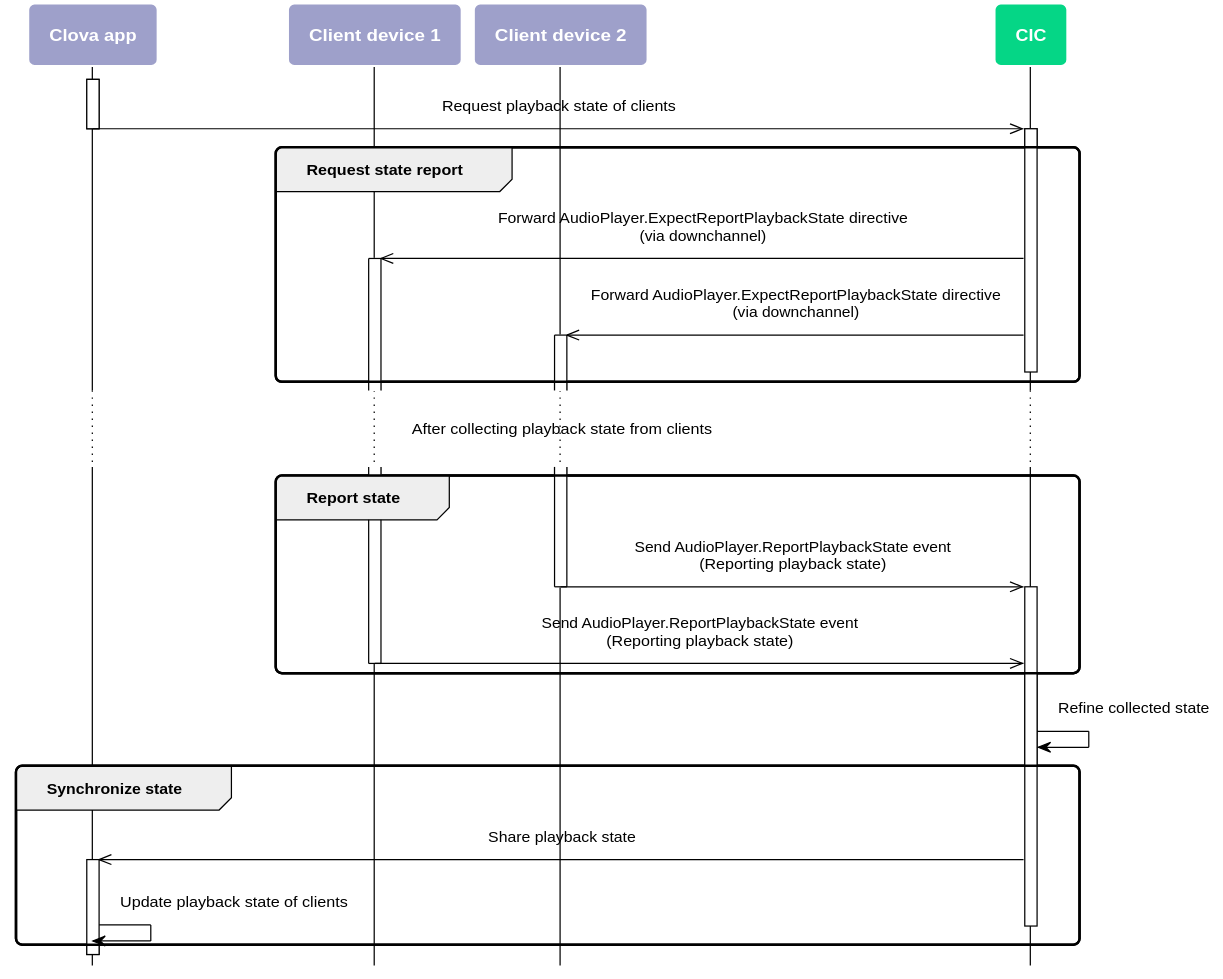
The PlantUML diagram ja-JP/Develop/Assets/Images/CIC_Playback_State_Sync_Work_Flow.svg in muchokwon/clova-client-developer-guide, before a commit.
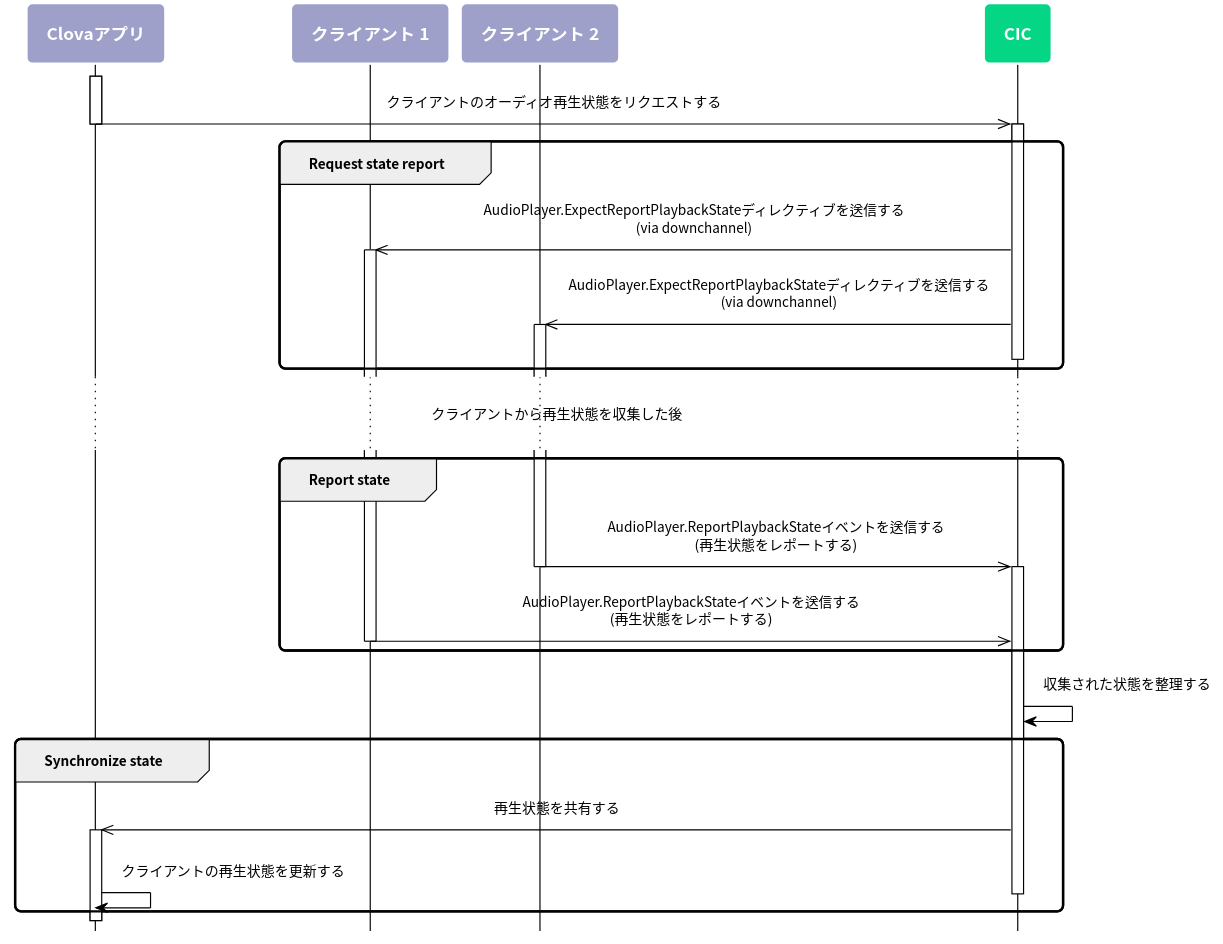
Later version of the same file.

What changed in the source:
```diff
@@ -5,7 +5,7 @@
 skinparam roundcorner 10
 skinparam padding 10
 skinparam defaultFontSize 12
-skinparam defaultFontName "Malgun Gothic", sans-serif
+skinparam defaultFontName "Noto Sans CJK KR"
 
 skinparam note {
   BackgroundColor #9EA0CA
@@ -49,50 +49,50 @@
   FontStyle bold
 }
 
-participant "Clova app" as ca #9EA0CA
-participant "Client device 1" as cli1 #9EA0CA
-participant "Client device 2" as cli2 #9EA0CA
+participant "Clovaアプリ" as ca #9EA0CA
+participant "クライアント 1" as cli1 #9EA0CA
+participant "クライアント 2" as cli2 #9EA0CA
 participant CIC as cic #05D686
 
 activate ca
-  ca ->> cic : Request playback state of clients
+  ca ->> cic : クライアントのオーディオ再生状態をリクエストする
 deactivate ca
 
 group Request state report
 
   activate cic
 
-    cic ->> cli1 : Forward AudioPlayer.ExpectReportPlaybackState directive\n(via downchannel)
+    cic ->> cli1 : AudioPlayer.ExpectReportPlaybackStateディレクティブを送信する\n(via downchannel)
     activate cli1
 
-    cic ->> cli2 : Forward AudioPlayer.ExpectReportPlaybackState directive\n(via downchannel)
+    cic ->> cli2 : AudioPlayer.ExpectReportPlaybackStateディレクティブを送信する\n(via downchannel)
     activate cli2
 
   deactivate cic
 
 end
 
-...After collecting playback state from clients...
+... クライアントから再生状態を収集した後 ...
 
 group Report state
 
-    cli2 ->> cic : Send AudioPlayer.ReportPlaybackState event\n(Reporting playback state)
+    cli2 ->> cic : AudioPlayer.ReportPlaybackStateイベントを送信する\n(再生状態をレポートする)
     deactivate cli2
   activate cic
 
-    cli1 ->> cic : Send AudioPlayer.ReportPlaybackState event\n(Reporting playback state)
+    cli1 ->> cic : AudioPlayer.ReportPlaybackStateイベントを送信する\n(再生状態をレポートする)
     deactivate cli1
 
 end
 
-    cic -> cic : Refine collected state
+    cic -> cic : 収集された状態を整理する
 
 group Synchronize state
 
-    cic ->> ca : Share playback state
+    cic ->> ca : 再生状態を共有する
     activate ca
 
-    ca -> ca : Update playback state of clients
+    ca -> ca : クライアントの再生状態を更新する
 
   deactivate cic
 
```
